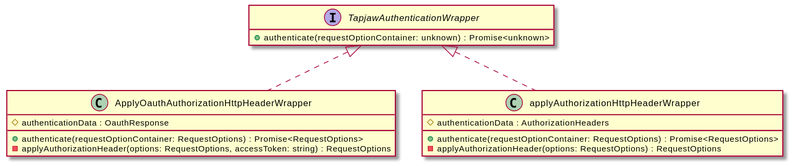
Above: docs/assets/TapjawAuthenticationWrapper-umlClassDiagram-28.svg in digidip/tapjaw-importer (PlantUML), before the change.
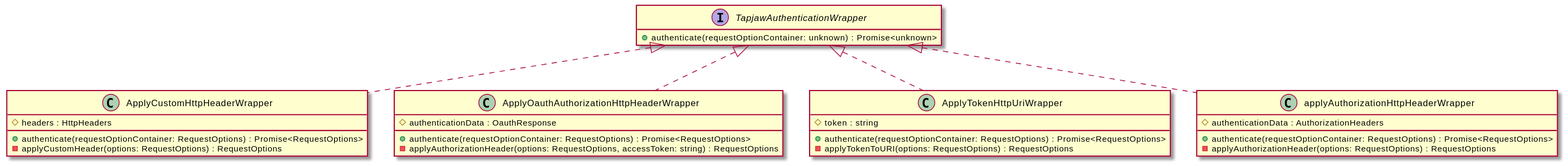
The same diagram one commit later.

What changed in the source:
```diff
@@ -5,12 +5,24 @@
 interface "TapjawAuthenticationWrapper" {
     +authenticate(requestOptionContainer: unknown) : Promise<unknown>
 }
+class "ApplyCustomHttpHeaderWrapper" {
+    #headers : HttpHeaders
+    +authenticate(requestOptionContainer: RequestOptions) : Promise<RequestOptions>
+    -applyCustomHeader(options: RequestOptions) : RequestOptions
+}
+"TapjawAuthenticationWrapper" <|.. "ApplyCustomHttpHeaderWrapper"
 class "ApplyOauthAuthorizationHttpHeaderWrapper" {
     #authenticationData : OauthResponse
     +authenticate(requestOptionContainer: RequestOptions) : Promise<RequestOptions>
     -applyAuthorizationHeader(options: RequestOptions, accessToken: string) : RequestOptions
 }
 "TapjawAuthenticationWrapper" <|.. "ApplyOauthAuthorizationHttpHeaderWrapper"
+class "ApplyTokenHttpUriWrapper" {
+    #token : string
+    +authenticate(requestOptionContainer: RequestOptions) : Promise<RequestOptions>
+    -applyTokenToURI(options: RequestOptions) : RequestOptions
+}
+"TapjawAuthenticationWrapper" <|.. "ApplyTokenHttpUriWrapper"
 class "applyAuthorizationHttpHeaderWrapper" {
     #authenticationData : AuthorizationHeaders
     +authenticate(requestOptionContainer: RequestOptions) : Promise<RequestOptions>
```
